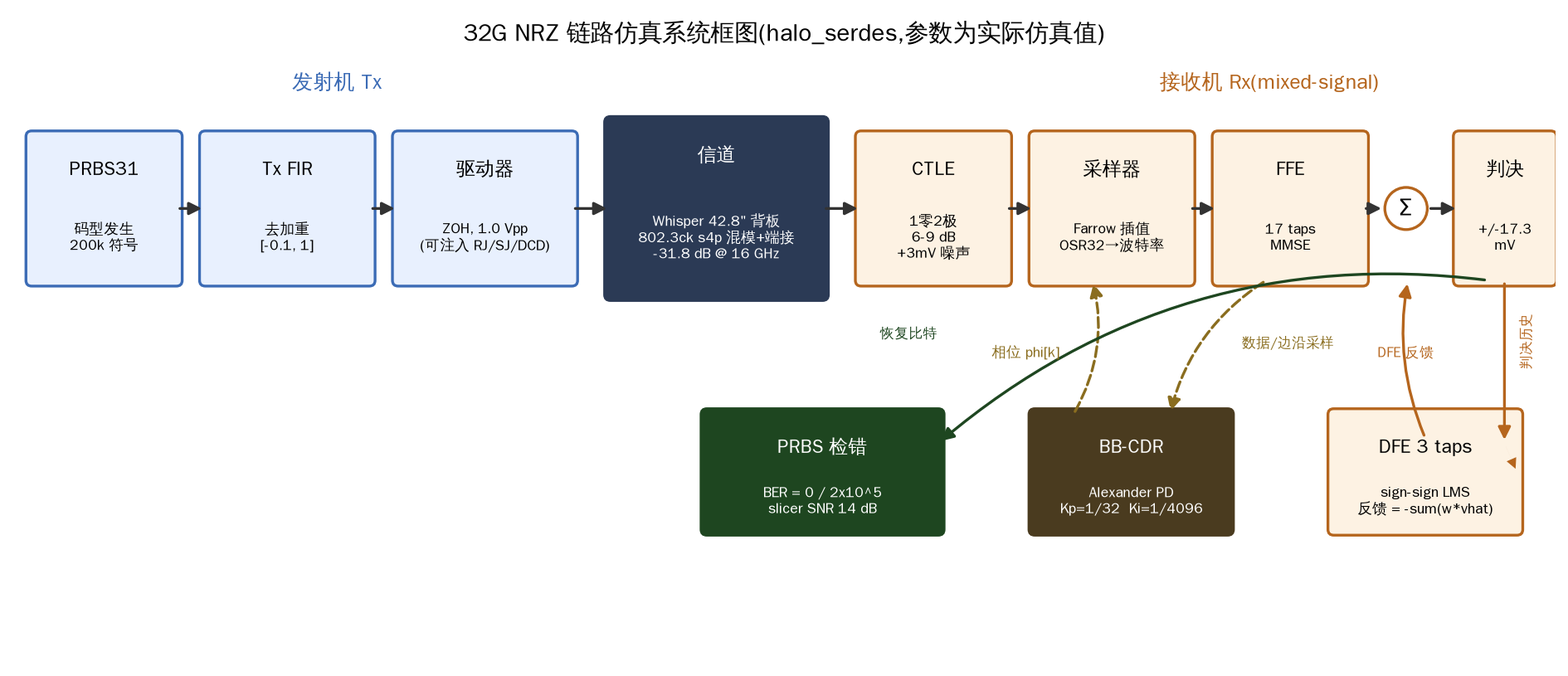
This is docs/figures/nrz32_system_diagram.png from alexyudragonsword-collab/Halo_Serdes, a Mermaid export, as it was before one commit. Its source is kept beside it as docs/nrz32_system_diagram.mmd. The source it was exported from:
```mermaid
flowchart LR
    subgraph TX["发射机 Tx"]
        PRBS["PRBS31 码型<br/>200k 符号"] --> FIR["Tx FIR 去加重<br/>[-0.1, 1] · 1 预光标"]
        FIR --> DRV["驱动器 ZOH<br/>摆幅 1.0 Vpp<br/>(可选 RJ/SJ/DCD 抖动)"]
    end

    subgraph CH["信道 Channel"]
        S4P["Whisper 42.8&quot; 背板 s4p<br/>(802.3ck COM 参考)<br/>混模转换 + 100Ω 端接<br/><b>-31.8 dB @ 16 GHz Nyquist</b>"]
    end

    subgraph RX["接收机 Rx (mixed-signal)"]
        CTLE["CTLE<br/>1 零 2 极<br/>peaking 6-9 dB"] --> N["+ AWGN<br/>σ = 3 mV"]
        N --> SAMP["采样器<br/>Farrow 三次插值<br/>OSR 32 → 波特率"]
        SAMP --> FFE["FFE 17 taps<br/>(4 pre + 1 + 12 post)<br/>MMSE 解"]
        FFE --> SUM(("Σ"))
        SUM --> SLC["判决器<br/>±17.4 mV"]
        SLC --> DFE["DFE 3 taps<br/>(sign-sign LMS 自适应)"]
        DFE -->|"反馈 −Σwᵢ·v̂ₖ₋ᵢ"| SUM
        SLC -.->|"数据/边沿采样"| CDR["Bang-Bang CDR<br/>Alexander PD<br/>Kp=2⁻⁵ Ki=2⁻¹²"]
        CDR -.->|"相位 φ[k]"| SAMP
    end

    subgraph MEAS["验证 & 观测"]
        CHK["PRBS 自同步检错<br/><b>BER = 0 / 2×10⁵</b>"]
        EYE["眼图: 均衡前闭合 →<br/>均衡后内眼 6.8 mV"]
        SNR["slicer SNR 15.1 dB<br/>统计引擎浴盆可外推 1e-15"]
    end

    TX --> CH --> RX
    SLC --> CHK
    SAMP -.-> EYE
    SLC -.-> SNR

    style S4P fill:#2b3a55,color:#fff
    style CHK fill:#1e4620,color:#fff
    style CDR fill:#4a3b1f,color:#fff
```
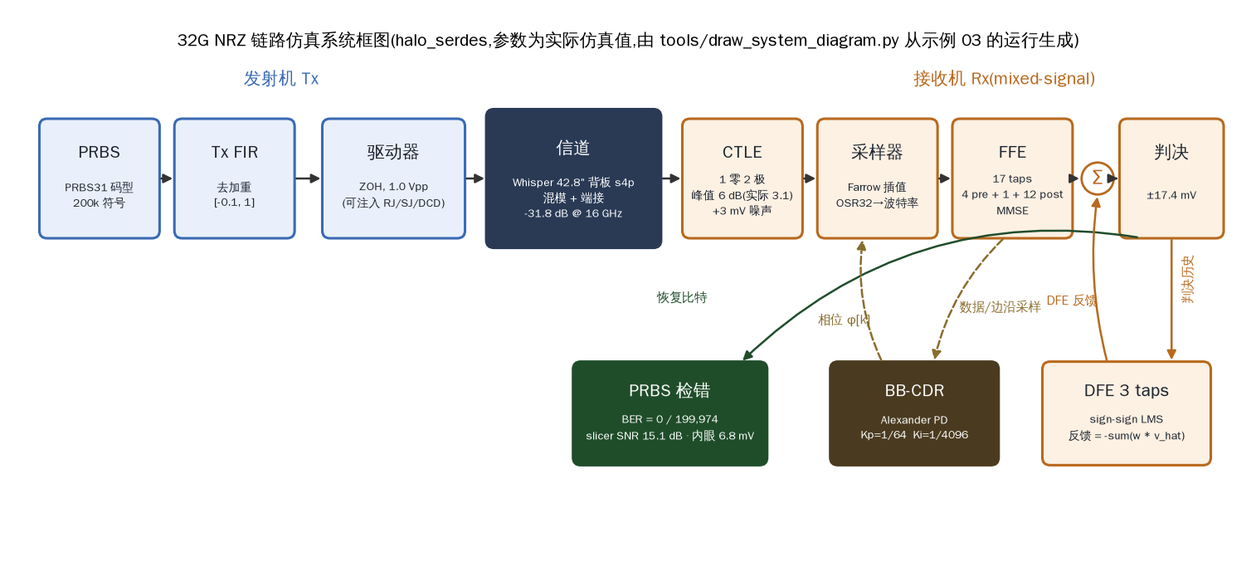
After the change.

Commit message:
docs: draw the 32G NRZ system diagram from a run of example 03

What changed in the source:
```diff
@@ -1,27 +1,27 @@
 flowchart LR
     subgraph TX["发射机 Tx"]
-        PRBS["PRBS31 码型<br/>200k 符号"] --> FIR["Tx FIR 去加重<br/>[-0.1, 1] · 1 预光标"]
+        PRBS["PRBS31 码型<br/>200k 符号"] --> FIR["Tx FIR 去加重<br/>[-0.1, 1]"]
         FIR --> DRV["驱动器 ZOH<br/>摆幅 1.0 Vpp<br/>(可选 RJ/SJ/DCD 抖动)"]
     end
 
     subgraph CH["信道 Channel"]
-        S4P["Whisper 42.8&quot; 背板 s4p<br/>(802.3ck COM 参考)<br/>混模转换 + 100Ω 端接<br/><b>-31.8 dB @ 16 GHz Nyquist</b>"]
+        S4P["Whisper 42.8" 背板 s4p<br/>混模转换 + 端接<br/><b>-31.8 dB @ 16 GHz</b>"]
     end
 
     subgraph RX["接收机 Rx (mixed-signal)"]
-        CTLE["CTLE<br/>1 零 2 极<br/>peaking 6-9 dB"] --> N["+ AWGN<br/>σ = 3 mV"]
-        N --> SAMP["采样器<br/>Farrow 三次插值<br/>OSR 32 → 波特率"]
-        SAMP --> FFE["FFE 17 taps<br/>(4 pre + 1 + 12 post)<br/>MMSE 解"]
+        CTLE["CTLE<br/>1 零 2 极<br/>峰值 6 dB(实际 3.1)"] --> N["+3 mV 噪声"]
+        N --> SAMP["采样器<br/>Farrow 插值<br/>OSR32→波特率"]
+        SAMP --> FFE["FFE 17 taps(4 pre + 1 + 12 post)<br/>MMSE"]
         FFE --> SUM(("Σ"))
         SUM --> SLC["判决器<br/>±17.4 mV"]
-        SLC --> DFE["DFE 3 taps<br/>(sign-sign LMS 自适应)"]
+        SLC --> DFE["DFE 3 taps<br/>(sign-sign LMS)"]
         DFE -->|"反馈 −Σwᵢ·v̂ₖ₋ᵢ"| SUM
-        SLC -.->|"数据/边沿采样"| CDR["Bang-Bang CDR<br/>Alexander PD<br/>Kp=2⁻⁵ Ki=2⁻¹²"]
+        SLC -.->|"数据/边沿采样"| CDR["BB-CDR<br/>Alexander PD<br/>Kp=1/64  Ki=1/4096"]
         CDR -.->|"相位 φ[k]"| SAMP
     end
 
     subgraph MEAS["验证 & 观测"]
-        CHK["PRBS 自同步检错<br/><b>BER = 0 / 2×10⁵</b>"]
+        CHK["PRBS 自同步检错<br/><b>BER = 0 / 199,974</b>"]
         EYE["眼图: 均衡前闭合 →<br/>均衡后内眼 6.8 mV"]
         SNR["slicer SNR 15.1 dB<br/>统计引擎浴盆可外推 1e-15"]
     end
```
